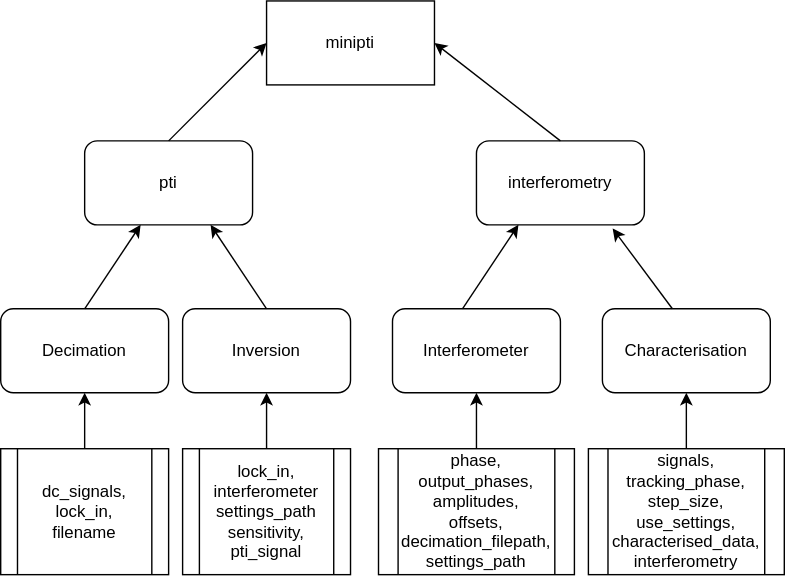
This is images/flowchart.svg from bilaljo/MiniPTI, a draw.io export, as it was before one commit. Source tidied: cells renumbered, new cells last; positions are measured from the earlier drawing's top-left corner, leaving out a move shared by most shapes. Source of this version:
```xml
<mxGraphModel>
  <root>
    <mxCell id="0" />
    <mxCell id="1" parent="0" />
    <mxCell id="2" value="pti" style="rounded=1;whiteSpace=wrap;html=1;" parent="1" vertex="1">
      <mxGeometry x="60" y="100" width="120" height="60" as="geometry" />
    </mxCell>
    <mxCell id="3" value="minipti" style="rounded=0;whiteSpace=wrap;html=1;" parent="1" vertex="1">
      <mxGeometry x="190" width="120" height="60" as="geometry" />
    </mxCell>
    <mxCell id="4" value="interferometry" style="rounded=1;whiteSpace=wrap;html=1;" parent="1" vertex="1">
      <mxGeometry x="340" y="100" width="120" height="60" as="geometry" />
    </mxCell>
    <mxCell id="5" value="Decimation" style="rounded=1;whiteSpace=wrap;html=1;" parent="1" vertex="1">
      <mxGeometry y="220" width="120" height="60" as="geometry" />
    </mxCell>
    <mxCell id="6" value="Inversion" style="rounded=1;whiteSpace=wrap;html=1;" parent="1" vertex="1">
      <mxGeometry x="130" y="220" width="120" height="60" as="geometry" />
    </mxCell>
    <mxCell id="7" value="Characterisation" style="rounded=1;whiteSpace=wrap;html=1;" parent="1" vertex="1">
      <mxGeometry x="430" y="220" width="120" height="60" as="geometry" />
    </mxCell>
    <mxCell id="8" value="Interferometer" style="rounded=1;whiteSpace=wrap;html=1;" parent="1" vertex="1">
      <mxGeometry x="280" y="220" width="120" height="60" as="geometry" />
    </mxCell>
    <mxCell id="9" style="endArrow=classic;html=1;rounded=0;exitX=0.5;exitY=0;exitDx=0;exitDy=0;" parent="1" edge="1" source="5" target="2">
      <mxGeometry relative="1" as="geometry" />
    </mxCell>
    <mxCell id="10" style="endArrow=classic;html=1;rounded=0;entryX=0.75;entryY=1;entryDx=0;entryDy=0;exitX=0.5;exitY=0;exitDx=0;exitDy=0;" parent="1" edge="1" source="6" target="2">
      <mxGeometry relative="1" as="geometry" />
    </mxCell>
    <mxCell id="11" style="endArrow=classic;html=1;rounded=0;exitX=0.5;exitY=0;exitDx=0;exitDy=0;entryX=0;entryY=0.5;entryDx=0;entryDy=0;" parent="1" edge="1" target="3">
      <mxGeometry relative="1" as="geometry">
        <mxPoint x="120" y="100" as="sourcePoint" />
      </mxGeometry>
    </mxCell>
    <mxCell id="12" style="endArrow=classic;html=1;rounded=0;exitX=0.5;exitY=0;exitDx=0;exitDy=0;entryX=1;entryY=0.5;entryDx=0;entryDy=0;" parent="1" edge="1" target="3">
      <mxGeometry relative="1" as="geometry">
        <mxPoint x="400" y="100" as="sourcePoint" />
      </mxGeometry>
    </mxCell>
    <mxCell id="13" style="endArrow=classic;html=1;rounded=0;entryX=0.811;entryY=1.043;entryDx=0;entryDy=0;exitX=0.5;exitY=0;exitDx=0;exitDy=0;entryPerimeter=0;" parent="1" edge="1" target="4">
      <mxGeometry relative="1" as="geometry">
        <mxPoint x="480" y="220" as="sourcePoint" />
      </mxGeometry>
    </mxCell>
    <mxCell id="14" style="endArrow=classic;html=1;rounded=0;exitX=0.5;exitY=0;exitDx=0;exitDy=0;" parent="1" edge="1">
      <mxGeometry relative="1" as="geometry">
        <mxPoint x="330" y="220" as="sourcePoint" />
        <mxPoint x="370" y="160" as="targetPoint" />
      </mxGeometry>
    </mxCell>
    <mxCell id="15" style="edgeStyle=orthogonalEdgeStyle;rounded=0;jettySize=auto;html=1;entryX=0.5;entryY=1;entryDx=0;entryDy=0;" parent="1" edge="1" source="16" target="8">
      <mxGeometry relative="1" as="geometry" />
    </mxCell>
    <mxCell id="16" value="phase,&lt;br&gt;output_phases, amplitudes,&lt;br&gt;offsets,&lt;br&gt;decimation_filepath,&lt;br&gt;settings_path" style="shape=process;whiteSpace=wrap;html=1;backgroundOutline=1;" parent="1" vertex="1">
      <mxGeometry x="270" y="320" width="140" height="90" as="geometry" />
    </mxCell>
    <mxCell id="17" style="edgeStyle=orthogonalEdgeStyle;rounded=0;jettySize=auto;html=1;entryX=0.5;entryY=1;entryDx=0;entryDy=0;" parent="1" edge="1" source="18" target="7">
      <mxGeometry relative="1" as="geometry" />
    </mxCell>
    <mxCell id="18" value="signals,&lt;br&gt;tracking_phase,&lt;br&gt;step_size,&lt;br&gt;use_settings,&lt;br&gt;characterised_data,&lt;br&gt;interferometry" style="shape=process;whiteSpace=wrap;html=1;backgroundOutline=1;" parent="1" vertex="1">
      <mxGeometry x="420" y="320" width="140" height="90" as="geometry" />
    </mxCell>
    <mxCell id="19" style="edgeStyle=orthogonalEdgeStyle;rounded=0;jettySize=auto;html=1;entryX=0.5;entryY=1;entryDx=0;entryDy=0;" parent="1" edge="1" source="20" target="6">
      <mxGeometry relative="1" as="geometry" />
    </mxCell>
    <mxCell id="20" value="lock_in,&lt;br&gt;interferometer&lt;br&gt;settings_path&lt;br&gt;sensitivity,&lt;br&gt;pti_signal" style="shape=process;whiteSpace=wrap;html=1;backgroundOutline=1;" parent="1" vertex="1">
      <mxGeometry x="130" y="320" width="120" height="90" as="geometry" />
    </mxCell>
    <mxCell id="21" style="edgeStyle=orthogonalEdgeStyle;rounded=0;jettySize=auto;html=1;entryX=0.5;entryY=1;entryDx=0;entryDy=0;" parent="1" edge="1" source="22" target="5">
      <mxGeometry relative="1" as="geometry" />
    </mxCell>
    <mxCell id="22" value="dc_signals,&lt;br&gt;lock_in,&lt;br&gt;filename" style="shape=process;whiteSpace=wrap;html=1;backgroundOutline=1;" parent="1" vertex="1">
      <mxGeometry y="320" width="120" height="90" as="geometry" />
    </mxCell>
  </root>
</mxGraphModel>
```
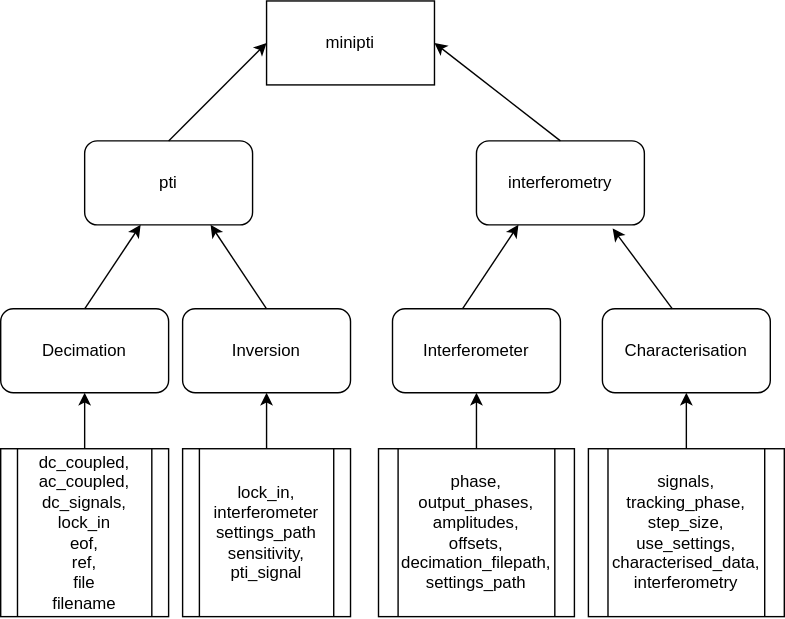
The same diagram one commit later.

Commit message:
Class diagram updated

Change to the diagram source:
```diff
@@ -54,25 +54,25 @@
       <mxGeometry relative="1" as="geometry" />
     </mxCell>
     <mxCell id="16" value="phase,&lt;br&gt;output_phases, amplitudes,&lt;br&gt;offsets,&lt;br&gt;decimation_filepath,&lt;br&gt;settings_path" style="shape=process;whiteSpace=wrap;html=1;backgroundOutline=1;" parent="1" vertex="1">
-      <mxGeometry x="270" y="320" width="140" height="90" as="geometry" />
+      <mxGeometry x="270" y="320" width="140" height="120" as="geometry" />
     </mxCell>
     <mxCell id="17" style="edgeStyle=orthogonalEdgeStyle;rounded=0;jettySize=auto;html=1;entryX=0.5;entryY=1;entryDx=0;entryDy=0;" parent="1" edge="1" source="18" target="7">
       <mxGeometry relative="1" as="geometry" />
     </mxCell>
     <mxCell id="18" value="signals,&lt;br&gt;tracking_phase,&lt;br&gt;step_size,&lt;br&gt;use_settings,&lt;br&gt;characterised_data,&lt;br&gt;interferometry" style="shape=process;whiteSpace=wrap;html=1;backgroundOutline=1;" parent="1" vertex="1">
-      <mxGeometry x="420" y="320" width="140" height="90" as="geometry" />
+      <mxGeometry x="420" y="320" width="140" height="120" as="geometry" />
     </mxCell>
     <mxCell id="19" style="edgeStyle=orthogonalEdgeStyle;rounded=0;jettySize=auto;html=1;entryX=0.5;entryY=1;entryDx=0;entryDy=0;" parent="1" edge="1" source="20" target="6">
       <mxGeometry relative="1" as="geometry" />
     </mxCell>
     <mxCell id="20" value="lock_in,&lt;br&gt;interferometer&lt;br&gt;settings_path&lt;br&gt;sensitivity,&lt;br&gt;pti_signal" style="shape=process;whiteSpace=wrap;html=1;backgroundOutline=1;" parent="1" vertex="1">
-      <mxGeometry x="130" y="320" width="120" height="90" as="geometry" />
+      <mxGeometry x="130" y="320" width="120" height="120" as="geometry" />
     </mxCell>
     <mxCell id="21" style="edgeStyle=orthogonalEdgeStyle;rounded=0;jettySize=auto;html=1;entryX=0.5;entryY=1;entryDx=0;entryDy=0;" parent="1" edge="1" source="22" target="5">
       <mxGeometry relative="1" as="geometry" />
     </mxCell>
-    <mxCell id="22" value="dc_signals,&lt;br&gt;lock_in,&lt;br&gt;filename" style="shape=process;whiteSpace=wrap;html=1;backgroundOutline=1;" parent="1" vertex="1">
-      <mxGeometry y="320" width="120" height="90" as="geometry" />
+    <mxCell id="22" value="dc_coupled,&lt;br&gt;ac_coupled,&lt;br&gt;dc_signals,&lt;br&gt;lock_in&lt;br&gt;eof,&lt;br&gt;ref,&lt;br&gt;file&lt;br&gt;filename" style="shape=process;whiteSpace=wrap;html=1;backgroundOutline=1;" parent="1" vertex="1">
+      <mxGeometry y="320" width="120" height="120" as="geometry" />
     </mxCell>
   </root>
 </mxGraphModel>
```
